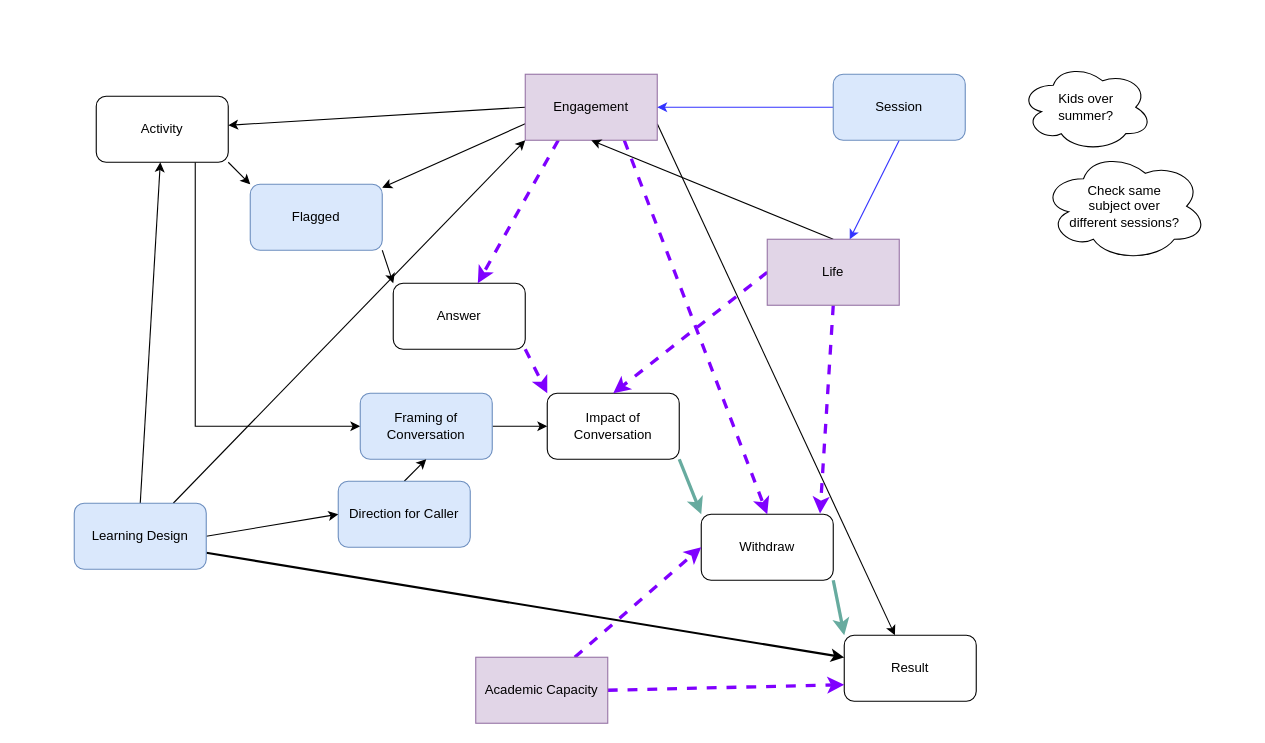
benwhicks/phd keeps this draw.io diagram as retention dag.drawio. Above is the earlier version. Source tidied: cells renumbered, new cells numbered last; positions are measured from the earlier drawing's top-left corner, leaving out a move shared by most shapes. Both pictures are drawn from the tidied source at 110%, with x=0, y=0 at pixel (74, 63).
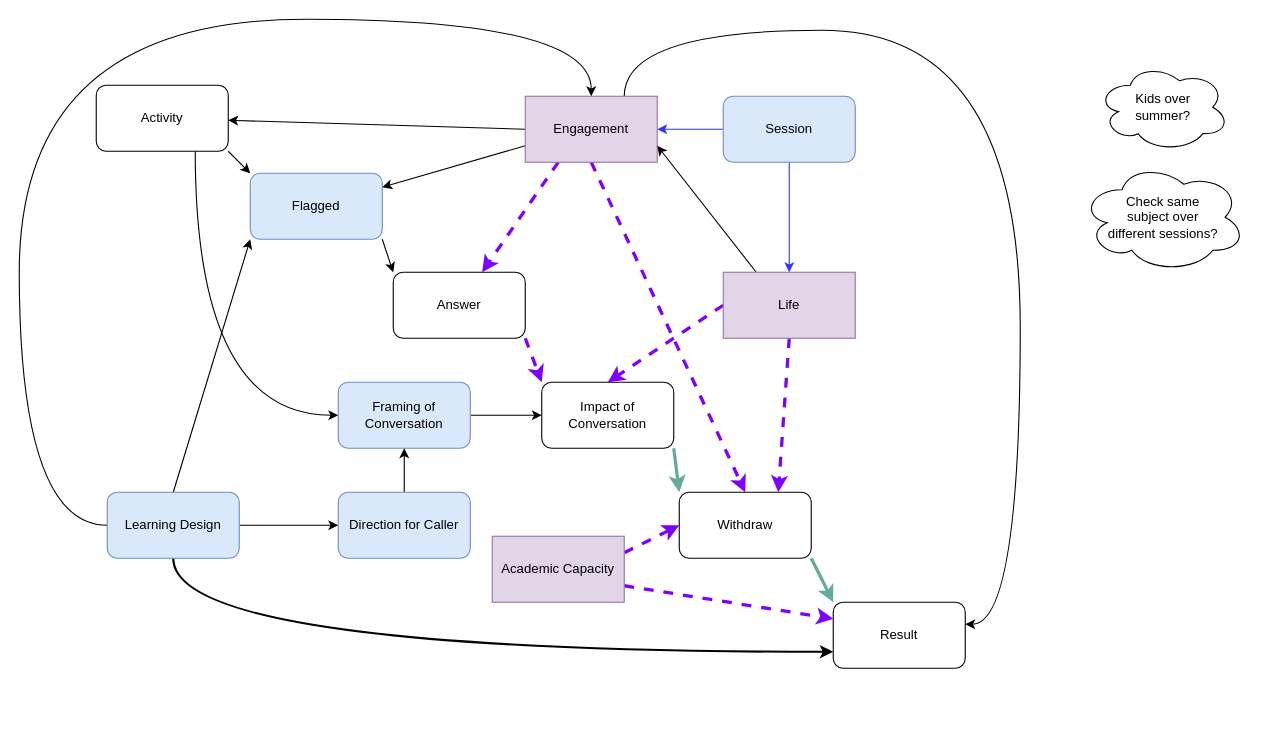
The same page after the edit.

The edit, as a diff of the source:
```diff
@@
-    <mxCell id="3" style="edgeStyle=orthogonalEdgeStyle;rounded=0;jettySize=auto;html=1;exitX=0.75;exitY=1;exitDx=0;exitDy=0;entryX=0;entryY=0.5;entryDx=0;entryDy=0;" parent="1" edge="1" source="4" target="28">
+    <mxCell id="3" style="edgeStyle=orthogonalEdgeStyle;rounded=0;jettySize=auto;html=1;exitX=0.75;exitY=1;exitDx=0;exitDy=0;entryX=0;entryY=0.5;entryDx=0;entryDy=0;curved=1;" parent="1" edge="1" source="4" target="28">
       <mxGeometry relative="1" as="geometry" />
     </mxCell>
     <mxCell id="4" value="Activity" style="rounded=1;whiteSpace=wrap;html=1;" parent="1" vertex="1">
-      <mxGeometry x="20" y="30" width="120" height="60" as="geometry" />
+      <mxGeometry x="20" y="20" width="120" height="60" as="geometry" />
     </mxCell>
@@
     <mxCell id="6" value="Flagged" style="rounded=1;whiteSpace=wrap;html=1;fillColor=#dae8fc;strokeColor=#6c8ebf;" parent="1" vertex="1">
-      <mxGeometry x="160" y="110" width="120" height="60" as="geometry" />
+      <mxGeometry x="160" y="100" width="120" height="60" as="geometry" />
     </mxCell>
@@
     <mxCell id="8" value="Answer" style="rounded=1;whiteSpace=wrap;html=1;" parent="1" vertex="1">
-      <mxGeometry x="290" y="200" width="120" height="60" as="geometry" />
+      <mxGeometry x="290" y="190" width="120" height="60" as="geometry" />
     </mxCell>
@@
     <mxCell id="10" value="Impact of Conversation" style="rounded=1;whiteSpace=wrap;html=1;" parent="1" vertex="1">
-      <mxGeometry x="430" y="300" width="120" height="60" as="geometry" />
+      <mxGeometry x="425" y="290" width="120" height="60" as="geometry" />
     </mxCell>
@@
     <mxCell id="12" value="Withdraw" style="rounded=1;whiteSpace=wrap;html=1;" parent="1" vertex="1">
-      <mxGeometry x="570" y="410" width="120" height="60" as="geometry" />
+      <mxGeometry x="550" y="390" width="120" height="60" as="geometry" />
     </mxCell>
     <mxCell id="13" value="Result" style="rounded=1;whiteSpace=wrap;html=1;" parent="1" vertex="1">
-      <mxGeometry x="700" y="520" width="120" height="60" as="geometry" />
+      <mxGeometry x="690" y="490" width="120" height="60" as="geometry" />
     </mxCell>
@@
-    <mxCell id="17" style="rounded=0;jettySize=auto;html=1;exitX=0.75;exitY=1;exitDx=0;exitDy=0;entryX=0.5;entryY=0;entryDx=0;entryDy=0;strokeWidth=3;dashed=1;strokeColor=#7F00FF;" parent="1" edge="1" source="19" target="12">
+    <mxCell id="17" style="rounded=0;jettySize=auto;html=1;exitX=0.5;exitY=1;exitDx=0;exitDy=0;entryX=0.5;entryY=0;entryDx=0;entryDy=0;strokeWidth=3;dashed=1;strokeColor=#7F00FF;" parent="1" edge="1" source="19" target="12">
       <mxGeometry relative="1" as="geometry" />
     </mxCell>
-    <mxCell id="18" style="rounded=0;jettySize=auto;html=1;exitX=1;exitY=0.75;exitDx=0;exitDy=0;" parent="1" edge="1" source="19" target="13">
-      <mxGeometry relative="1" as="geometry" />
+    <mxCell id="18" style="rounded=0;jettySize=auto;html=1;exitX=0.75;exitY=0;exitDx=0;exitDy=0;edgeStyle=orthogonalEdgeStyle;elbow=vertical;curved=1;" parent="1" edge="1" source="19" target="13">
+      <mxGeometry relative="1" as="geometry">
+        <Array as="points">
+          <mxPoint x="500" y="-30" />
+          <mxPoint x="860" y="-30" />
+          <mxPoint x="860" y="510" />
+        </Array>
+      </mxGeometry>
     </mxCell>
     <mxCell id="19" value="Engagement" style="rounded=0;whiteSpace=wrap;html=1;fillColor=#e1d5e7;strokeColor=#9673a6;" parent="1" vertex="1">
-      <mxGeometry x="410" y="10" width="120" height="60" as="geometry" />
+      <mxGeometry x="410" y="30" width="120" height="60" as="geometry" />
     </mxCell>
-    <mxCell id="20" style="rounded=0;jettySize=auto;html=1;exitX=0.5;exitY=0;exitDx=0;exitDy=0;entryX=0.5;entryY=1;entryDx=0;entryDy=0;" parent="1" edge="1" source="23" target="19">
+    <mxCell id="20" style="rounded=0;jettySize=auto;html=1;exitX=0.25;exitY=0;exitDx=0;exitDy=0;entryX=1;entryY=0.75;entryDx=0;entryDy=0;" parent="1" edge="1" source="23" target="19">
       <mxGeometry relative="1" as="geometry" />
     </mxCell>
@@
-    <mxCell id="22" style="rounded=0;jettySize=auto;html=1;exitX=0.5;exitY=1;exitDx=0;exitDy=0;entryX=0.9;entryY=-0.011;entryDx=0;entryDy=0;entryPerimeter=0;strokeWidth=3;strokeColor=#7F00FF;dashed=1;" parent="1" edge="1" source="23" target="12">
+    <mxCell id="22" style="rounded=0;jettySize=auto;html=1;exitX=0.5;exitY=1;exitDx=0;exitDy=0;entryX=0.75;entryY=0;entryDx=0;entryDy=0;strokeWidth=3;strokeColor=#7F00FF;dashed=1;" parent="1" edge="1" source="23" target="12">
       <mxGeometry relative="1" as="geometry" />
     </mxCell>
     <mxCell id="23" value="Life" style="whiteSpace=wrap;html=1;fillColor=#e1d5e7;strokeColor=#9673a6;" parent="1" vertex="1">
-      <mxGeometry x="630" y="160" width="120" height="60" as="geometry" />
+      <mxGeometry x="590" y="190" width="120" height="60" as="geometry" />
     </mxCell>
-    <mxCell id="24" style="rounded=0;jettySize=auto;html=1;exitX=1;exitY=0.5;exitDx=0;exitDy=0;entryX=0;entryY=0.75;entryDx=0;entryDy=0;strokeWidth=3;strokeColor=#7F00FF;dashed=1;" parent="1" edge="1" source="26" target="13">
+    <mxCell id="24" style="rounded=0;jettySize=auto;html=1;exitX=1;exitY=0.75;exitDx=0;exitDy=0;entryX=0;entryY=0.25;entryDx=0;entryDy=0;strokeWidth=3;strokeColor=#7F00FF;dashed=1;" parent="1" edge="1" source="26" target="13">
       <mxGeometry relative="1" as="geometry" />
     </mxCell>
-    <mxCell id="25" style="edgeStyle=none;rounded=0;jettySize=auto;html=1;exitX=0.75;exitY=0;exitDx=0;exitDy=0;entryX=0;entryY=0.5;entryDx=0;entryDy=0;strokeWidth=3;strokeColor=#7F00FF;dashed=1;" parent="1" edge="1" source="26" target="12">
+    <mxCell id="25" style="edgeStyle=none;rounded=0;jettySize=auto;html=1;exitX=1;exitY=0.25;exitDx=0;exitDy=0;entryX=0;entryY=0.5;entryDx=0;entryDy=0;strokeWidth=3;strokeColor=#7F00FF;dashed=1;" parent="1" edge="1" source="26" target="12">
       <mxGeometry relative="1" as="geometry" />
     </mxCell>
     <mxCell id="26" value="Academic Capacity" style="whiteSpace=wrap;html=1;fillColor=#e1d5e7;strokeColor=#9673a6;" parent="1" vertex="1">
-      <mxGeometry x="365" y="540" width="120" height="60" as="geometry" />
+      <mxGeometry x="380" y="430" width="120" height="60" as="geometry" />
     </mxCell>
@@
     <mxCell id="28" value="Framing of Conversation" style="rounded=1;whiteSpace=wrap;html=1;fillColor=#dae8fc;strokeColor=#6c8ebf;" parent="1" vertex="1">
-      <mxGeometry x="260" y="300" width="120" height="60" as="geometry" />
+      <mxGeometry x="240" y="290" width="120" height="60" as="geometry" />
     </mxCell>
@@
     <mxCell id="30" value="Direction for Caller" style="rounded=1;whiteSpace=wrap;html=1;fillColor=#dae8fc;strokeColor=#6c8ebf;" parent="1" vertex="1">
-      <mxGeometry x="240" y="380" width="120" height="60" as="geometry" />
+      <mxGeometry x="240" y="390" width="120" height="60" as="geometry" />
     </mxCell>
-    <mxCell id="31" style="rounded=0;jettySize=auto;html=1;exitX=0.5;exitY=0;exitDx=0;exitDy=0;" parent="1" edge="1" source="35" target="4">
+    <mxCell id="31" style="rounded=0;jettySize=auto;html=1;exitX=0.5;exitY=0;exitDx=0;exitDy=0;entryX=0;entryY=1;entryDx=0;entryDy=0;" parent="1" edge="1" source="35" target="6">
       <mxGeometry relative="1" as="geometry" />
     </mxCell>
@@
-    <mxCell id="33" style="edgeStyle=none;rounded=0;jettySize=auto;html=1;exitX=1;exitY=0.75;exitDx=0;exitDy=0;strokeWidth=2;" parent="1" edge="1" source="35" target="13">
-      <mxGeometry relative="1" as="geometry" />
+    <mxCell id="33" style="edgeStyle=orthogonalEdgeStyle;rounded=0;jettySize=auto;html=1;exitX=0.5;exitY=1;exitDx=0;exitDy=0;strokeWidth=2;curved=1;entryX=0;entryY=0.75;entryDx=0;entryDy=0;" parent="1" edge="1" source="35" target="13">
+      <mxGeometry relative="1" as="geometry">
+        <Array as="points">
+          <mxPoint x="90" y="535" />
+        </Array>
+      </mxGeometry>
     </mxCell>
-    <mxCell id="34" style="edgeStyle=none;rounded=0;jettySize=auto;html=1;exitX=0.75;exitY=0;exitDx=0;exitDy=0;entryX=0;entryY=1;entryDx=0;entryDy=0;strokeColor=#000000;strokeWidth=1;" parent="1" edge="1" source="35" target="19">
-      <mxGeometry relative="1" as="geometry" />
+    <mxCell id="34" style="edgeStyle=orthogonalEdgeStyle;rounded=0;jettySize=auto;html=1;exitX=0;exitY=0.5;exitDx=0;exitDy=0;entryX=0.5;entryY=0;entryDx=0;entryDy=0;strokeColor=#000000;strokeWidth=1;curved=1;" parent="1" edge="1" source="35" target="19">
+      <mxGeometry relative="1" as="geometry">
+        <Array as="points">
+          <mxPoint x="-50" y="420" />
+          <mxPoint x="-50" y="-40" />
+          <mxPoint x="470" y="-40" />
+        </Array>
+      </mxGeometry>
     </mxCell>
     <mxCell id="35" value="Learning Design" style="rounded=1;whiteSpace=wrap;html=1;fillColor=#dae8fc;strokeColor=#6c8ebf;" parent="1" vertex="1">
-      <mxGeometry y="400" width="120" height="60" as="geometry" />
+      <mxGeometry x="30" y="390" width="120" height="60" as="geometry" />
     </mxCell>
-    <mxCell id="36" style="edgeStyle=none;rounded=0;jettySize=auto;html=1;exitX=0.5;exitY=1;exitDx=0;exitDy=0;strokeWidth=1;strokeColor=#3333FF;" parent="1" edge="1" source="38" target="23">
+    <mxCell id="36" style="edgeStyle=none;rounded=0;jettySize=auto;html=1;exitX=0.5;exitY=1;exitDx=0;exitDy=0;strokeWidth=1;strokeColor=#3333FF;entryX=0.5;entryY=0;entryDx=0;entryDy=0;" parent="1" edge="1" source="38" target="23">
       <mxGeometry relative="1" as="geometry" />
     </mxCell>
@@
     <mxCell id="38" value="Session" style="rounded=1;whiteSpace=wrap;html=1;fillColor=#dae8fc;strokeColor=#6c8ebf;" parent="1" vertex="1">
-      <mxGeometry x="690" y="10" width="120" height="60" as="geometry" />
+      <mxGeometry x="590" y="30" width="120" height="60" as="geometry" />
     </mxCell>
     <mxCell id="39" value="Kids over &lt;br&gt;summer?" style="ellipse;shape=cloud;whiteSpace=wrap;html=1;" parent="1" vertex="1">
-      <mxGeometry x="860" width="120" height="80" as="geometry" />
+      <mxGeometry x="930" width="120" height="80" as="geometry" />
     </mxCell>
     <mxCell id="40" value="Check same &lt;br&gt;subject over &lt;br&gt;different sessions?" style="ellipse;shape=cloud;whiteSpace=wrap;html=1;" parent="1" vertex="1">
-      <mxGeometry x="880" y="80" width="150" height="100" as="geometry" />
+      <mxGeometry x="915" y="90" width="150" height="100" as="geometry" />
     </mxCell>
```
